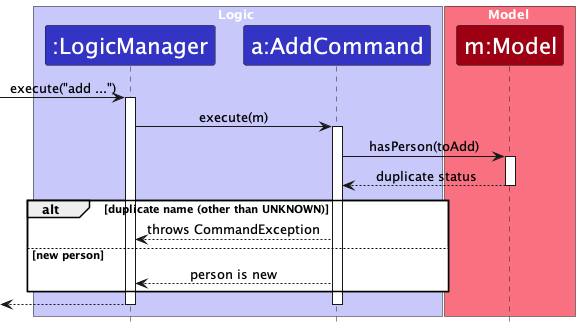
The PlantUML diagram docs/images/AddCommandDuplicateSequenceDiagram.png in AY2627S1-CS2103T-W08-3/tp, before a commit.
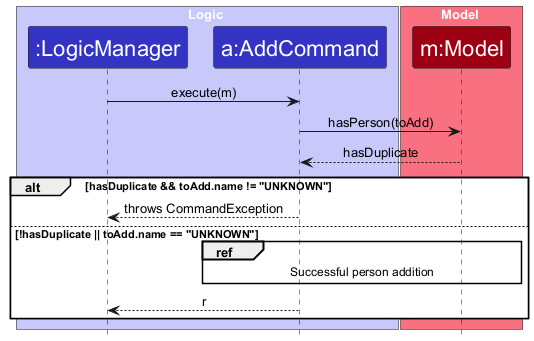
After the commit.

Commit message:
Correct Add command sequence diagram notation

What changed in the source:
```diff
@@ -19,21 +19,16 @@
 participant "m:Model" as Model MODEL_COLOR
 end box
 
-[-> LogicManager : execute("add ...")
-activate LogicManager
 LogicManager -> AddCommand : execute(m)
-activate AddCommand
 AddCommand -> Model : hasPerson(toAdd)
-activate Model
-Model --> AddCommand : duplicate status
-deactivate Model
+Model --> AddCommand : hasDuplicate
 
-alt duplicate name (other than UNKNOWN)
+alt hasDuplicate && toAdd.name != "UNKNOWN"
     AddCommand --> LogicManager : throws CommandException
-else new person
-    AddCommand --> LogicManager : person is new
+else !hasDuplicate || toAdd.name == "UNKNOWN"
+    ref over AddCommand, Model
+        Successful person addition
+    end ref
+    AddCommand --> LogicManager : r
 end
-[<--LogicManager
-deactivate AddCommand
-deactivate LogicManager
 @enduml
```
